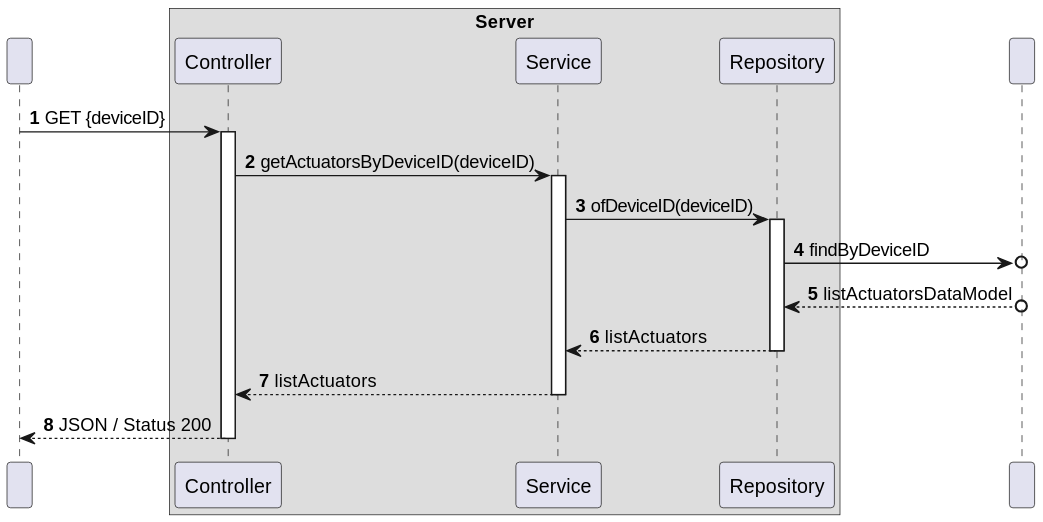
moutajDev/smarthome keeps this PlantUML diagram as docs/C4_4plus1_models/Level4/ProcessView/ProcessViewLevel4_UC15_v1.svg. Above is the earlier version. Its diagram source:
```plantuml
@startuml
!pragma layout smetana
autonumber

participant " " as HTTP

box "Server"
participant Controller as "Controller"
participant Service as "Service"
participant Repository as "Repository"
end box
participant DataBase as " "

HTTP -> Controller: GET {deviceID}
activate Controller

Controller -> Service : getActuatorsByDeviceID(deviceID)
activate Service

Service -> Repository: ofDeviceID(deviceID)
activate Repository

Repository ->o DataBase: findByDeviceID

DataBase o--> Repository: listActuatorsDataModel

Repository --> Service: listActuators
deactivate Repository

Service --> Controller: listActuators
deactivate Service

Controller --> HTTP: JSON / Status 200
deactivate Controller
@enduml
```
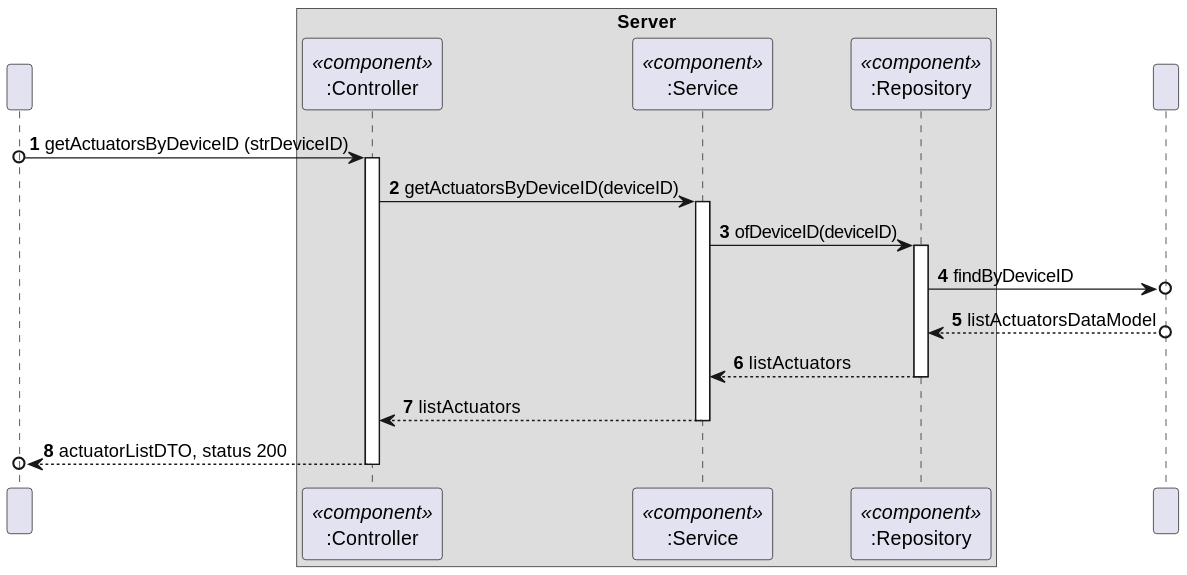
The same diagram one commit later.

What changed in the source:
```diff
@@ -5,13 +5,13 @@
 participant " " as HTTP
 
 box "Server"
-participant Controller as "Controller"
-participant Service as "Service"
-participant Repository as "Repository"
+participant Controller as ":Controller"<<component>>
+participant Service as ":Service"<<component>>
+participant Repository as ":Repository"<<component>>
 end box
 participant DataBase as " "
 
-HTTP -> Controller: GET {deviceID}
+HTTP o-> Controller: getActuatorsByDeviceID (strDeviceID)
 activate Controller
 
 Controller -> Service : getActuatorsByDeviceID(deviceID)
@@ -30,6 +30,6 @@
 Service --> Controller: listActuators
 deactivate Service
 
-Controller --> HTTP: JSON / Status 200
+Controller -->o HTTP: actuatorListDTO, status 200
 deactivate Controller
 @enduml
```
